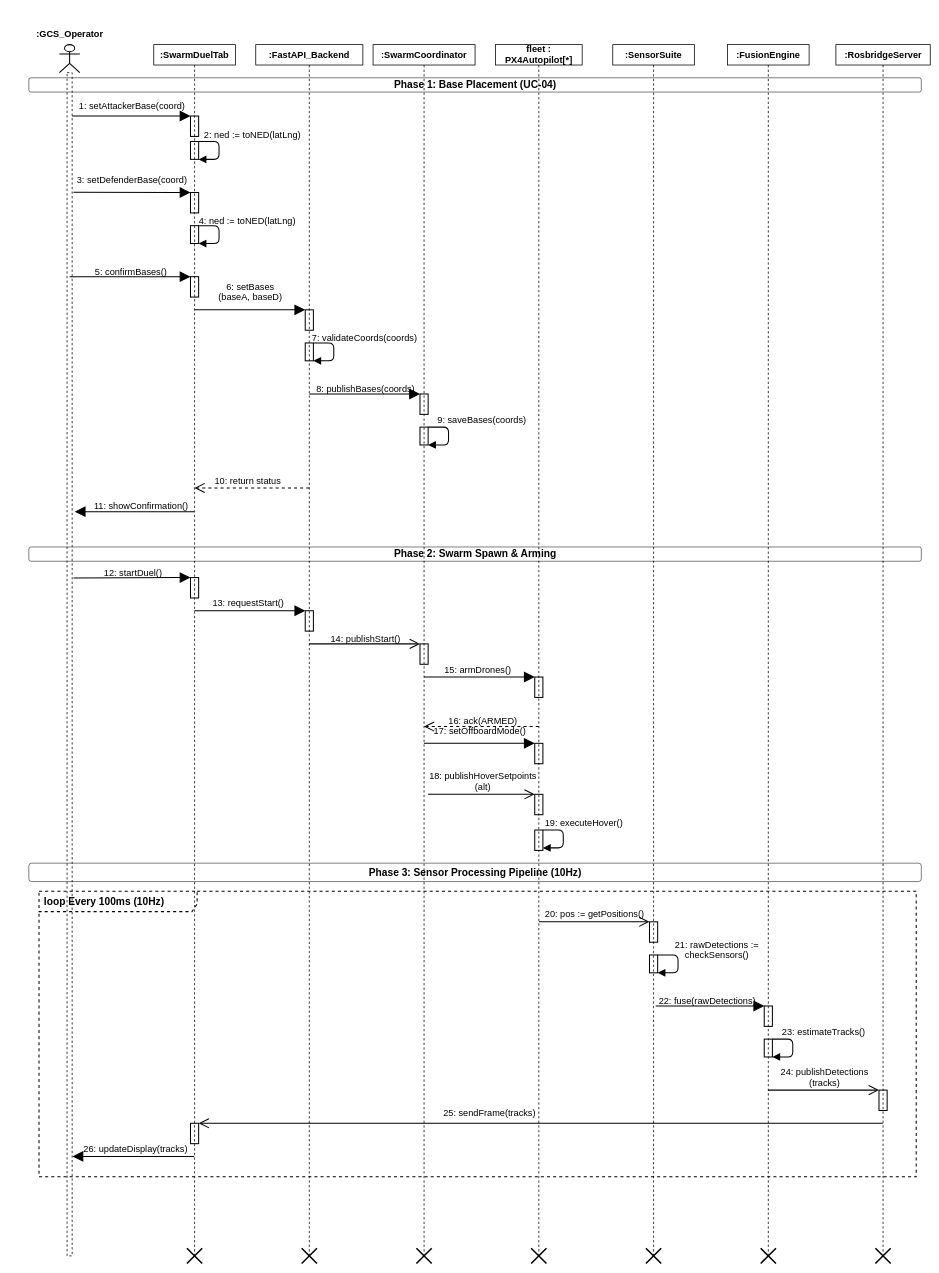
Above: 16_sequence_base_spawn_sensor.drawio in syedmohammad611/diagrams (draw.io), before the change. Source tidied: cells renumbered, new cells numbered last; positions are measured from the earlier drawing's top-left corner, leaving out a move shared by most shapes. Both pictures are drawn from the tidied source at 51%, with x=0, y=0 at pixel (29, 44).
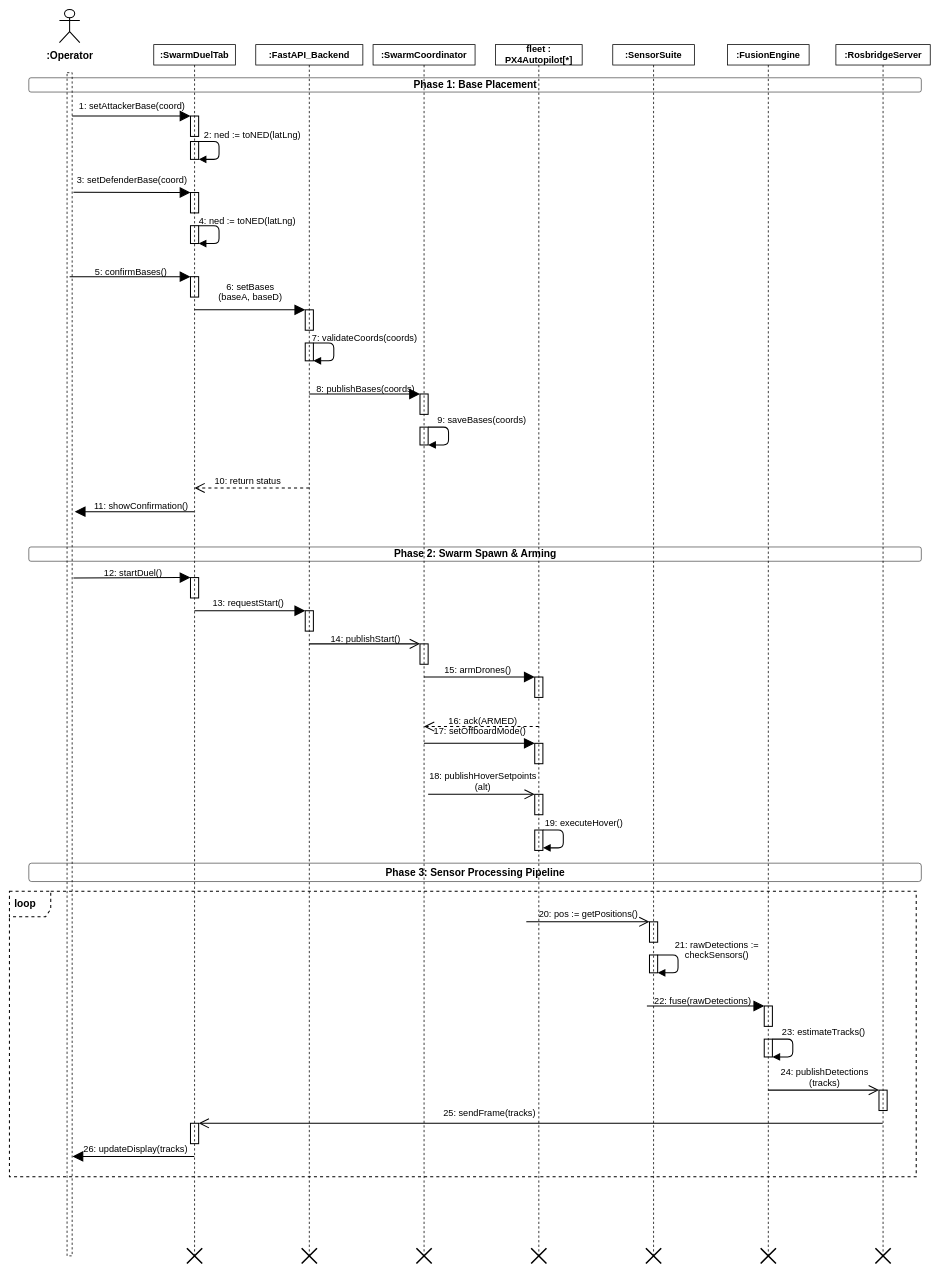
The same diagram, later.

Change to the diagram source:
```diff
@@
-<mxGraphModel>
+<mxGraphModel background="#ffffff">
@@
-    <mxCell id="2" value="&lt;b&gt;:GCS_Operator&lt;/b&gt;" style="shape=umlActor;html=1;fillColor=none;strokeColor=#000000;strokeWidth=2;fontFamily=Helvetica;fontColor=#000000;fontSize=18;fontStyle=1;verticalLabelPosition=top;verticalAlign=bottom;spacingBottom=6;" parent="1" vertex="1">
-      <mxGeometry x="60" width="40" height="55" as="geometry" />
-    </mxCell>
@@
-    <mxCell id="36" value="&lt;b&gt;&lt;font style=&quot;font-size: 20px;&quot;&gt;Phase 1: Base Placement (UC-04)&lt;/font&gt;&lt;/b&gt;" style="text;html=1;strokeColor=#000000;fillColor=none;align=center;verticalAlign=middle;fontFamily=Helvetica;fontColor=#000000;rounded=1;strokeWidth=1;fontSize=18;fontStyle=1;" parent="1" vertex="1">
+    <mxCell id="36" value="&lt;b&gt;&lt;font style=&quot;font-size: 20px;&quot;&gt;Phase 1: Base Placement&lt;/font&gt;&lt;/b&gt;" style="text;html=1;strokeColor=#000000;fillColor=none;align=center;verticalAlign=middle;fontFamily=Helvetica;fontColor=#000000;rounded=1;strokeWidth=1;fontSize=18;fontStyle=1;" parent="1" vertex="1">
       <mxGeometry y="65" width="1750" height="28" as="geometry" />
     </mxCell>
@@
-    <mxCell id="54" value="&lt;b&gt;&lt;font style=&quot;font-size: 20px;&quot;&gt;Phase 3: Sensor Processing Pipeline (10Hz)&lt;/font&gt;&lt;/b&gt;" style="text;html=1;strokeColor=#000000;fillColor=none;align=center;verticalAlign=middle;fontFamily=Helvetica;fontColor=#000000;rounded=1;strokeWidth=1;fontSize=18;fontStyle=1;" parent="1" vertex="1">
+    <mxCell id="54" value="&lt;b&gt;&lt;font style=&quot;font-size: 20px;&quot;&gt;Phase 3: Sensor Processing Pipeline&lt;/font&gt;&lt;/b&gt;" style="text;html=1;strokeColor=#000000;fillColor=none;align=center;verticalAlign=middle;fontFamily=Helvetica;fontColor=#000000;rounded=1;strokeWidth=1;fontSize=18;fontStyle=1;" parent="1" vertex="1">
       <mxGeometry y="1605" width="1750" height="36" as="geometry" />
     </mxCell>
-    <mxCell id="55" value="&lt;b&gt;&lt;font style=&quot;font-size: 20px;&quot;&gt;loop Every 100ms (10Hz)&lt;/font&gt;&lt;/b&gt;" style="shape=umlFrame;whiteSpace=wrap;html=1;width=310;height=40;boundedLbl=1;verticalAlign=middle;align=left;spacingLeft=8;fillColor=none;strokeColor=#000000;dashed=1;fontColor=#000000;fontFamily=Helvetica;fontSize=18;strokeWidth=2;fontStyle=1;" parent="1" vertex="1">
-      <mxGeometry x="20" y="1660" width="1720" height="560" as="geometry" />
+    <mxCell id="55" value="&lt;b&gt;&lt;font style=&quot;font-size: 20px;&quot;&gt;loop&lt;/font&gt;&lt;/b&gt;" style="shape=umlFrame;whiteSpace=wrap;html=1;width=81;height=50;boundedLbl=1;verticalAlign=middle;align=left;spacingLeft=8;fillColor=none;strokeColor=#000000;dashed=1;fontColor=#000000;fontFamily=Helvetica;fontSize=18;strokeWidth=2;fontStyle=1;" parent="1" vertex="1">
+      <mxGeometry x="-38" y="1660" width="1778" height="560" as="geometry" />
     </mxCell>
@@
+    <mxCell id="70" value="&lt;b&gt;&lt;font style=&quot;font-size: 20px;&quot;&gt;:Operator&lt;/font&gt;&lt;/b&gt;" style="shape=umlActor;html=1;fillColor=none;strokeColor=#000000;strokeWidth=2;fontFamily=Helvetica;fontColor=#000000;fontSize=15;fontStyle=1;verticalLabelPosition=bottom;verticalAlign=top;spacingTop=6;" parent="1" vertex="1">
+      <mxGeometry x="60" y="-69" width="40" height="65" as="geometry" />
+    </mxCell>
```
